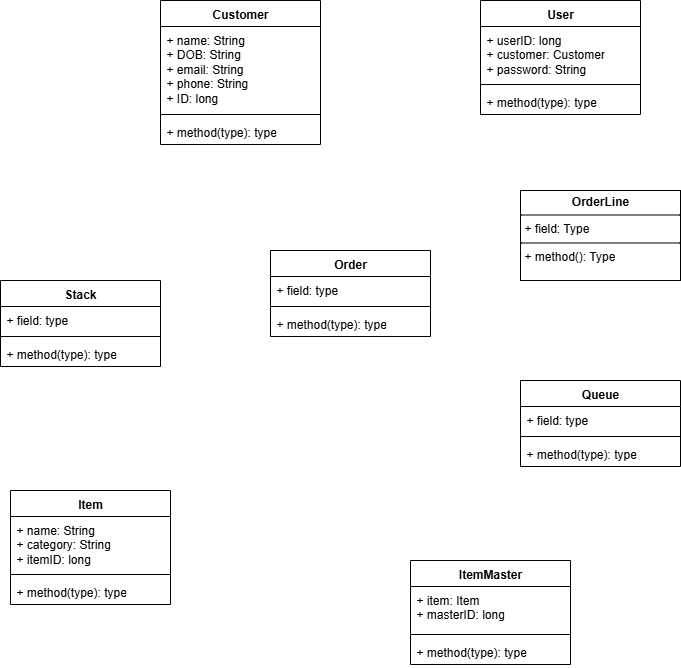
Before: web development/Class Diagram.drawio.png, a diagram exported from draw.io (another4433/another4433). Source tidied: cells renumbered, new cells last; positions are measured from the earlier drawing's top-left corner, leaving out a move shared by most shapes.
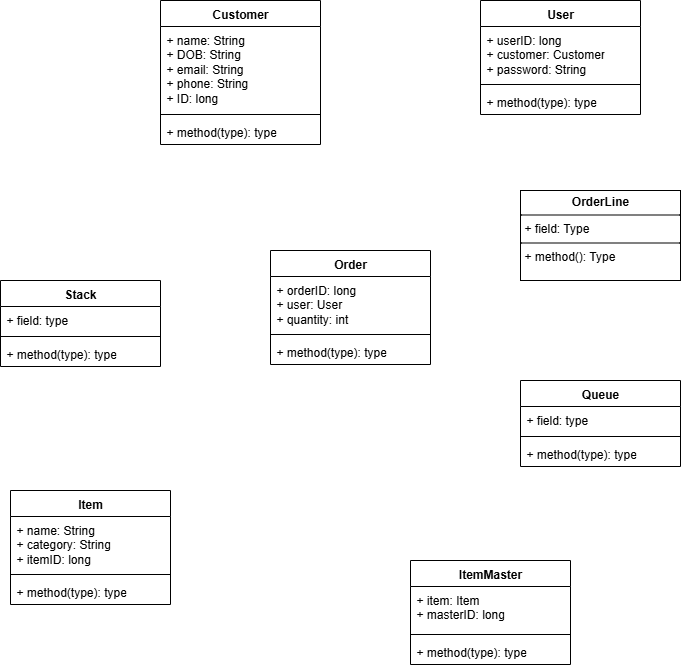
After the change.

Diff of the diagram source:
```diff
@@ -15,16 +15,16 @@
       <mxGeometry y="118" width="160" height="26" as="geometry" />
     </mxCell>
     <mxCell id="6" value="Order" style="swimlane;fontStyle=1;align=center;verticalAlign=top;horizontal=1;startSize=26;whiteSpace=wrap;html=1;" parent="1" vertex="1">
-      <mxGeometry x="270" y="250" width="160" height="86" as="geometry" />
+      <mxGeometry x="270" y="250" width="160" height="114" as="geometry" />
     </mxCell>
-    <mxCell id="7" value="+ field: type" style="text;strokeColor=none;fillColor=none;align=left;verticalAlign=top;spacingLeft=4;spacingRight=4;overflow=hidden;whiteSpace=wrap;html=1;" parent="6" vertex="1">
-      <mxGeometry y="26" width="160" height="26" as="geometry" />
+    <mxCell id="7" value="+ orderID: long&lt;div&gt;+ user: User&lt;/div&gt;&lt;div&gt;+ quantity: int&lt;/div&gt;" style="text;strokeColor=none;fillColor=none;align=left;verticalAlign=top;spacingLeft=4;spacingRight=4;overflow=hidden;whiteSpace=wrap;html=1;" parent="6" vertex="1">
+      <mxGeometry y="26" width="160" height="54" as="geometry" />
     </mxCell>
     <mxCell id="8" style="line;strokeWidth=1;fillColor=none;align=left;verticalAlign=middle;spacingTop=-1;spacingLeft=3;spacingRight=3;labelPosition=right;strokeColor=inherit;" parent="6" vertex="1">
-      <mxGeometry y="52" width="160" height="8" as="geometry" />
+      <mxGeometry y="80" width="160" height="8" as="geometry" />
     </mxCell>
     <mxCell id="9" value="+ method(type): type" style="text;strokeColor=none;fillColor=none;align=left;verticalAlign=top;spacingLeft=4;spacingRight=4;overflow=hidden;whiteSpace=wrap;html=1;" parent="6" vertex="1">
-      <mxGeometry y="60" width="160" height="26" as="geometry" />
+      <mxGeometry y="88" width="160" height="26" as="geometry" />
     </mxCell>
     <mxCell id="10" value="ItemMaster" style="swimlane;fontStyle=1;align=center;verticalAlign=top;horizontal=1;startSize=26;whiteSpace=wrap;html=1;" parent="1" vertex="1">
       <mxGeometry x="410" y="560" width="160" height="104" as="geometry" />
```
